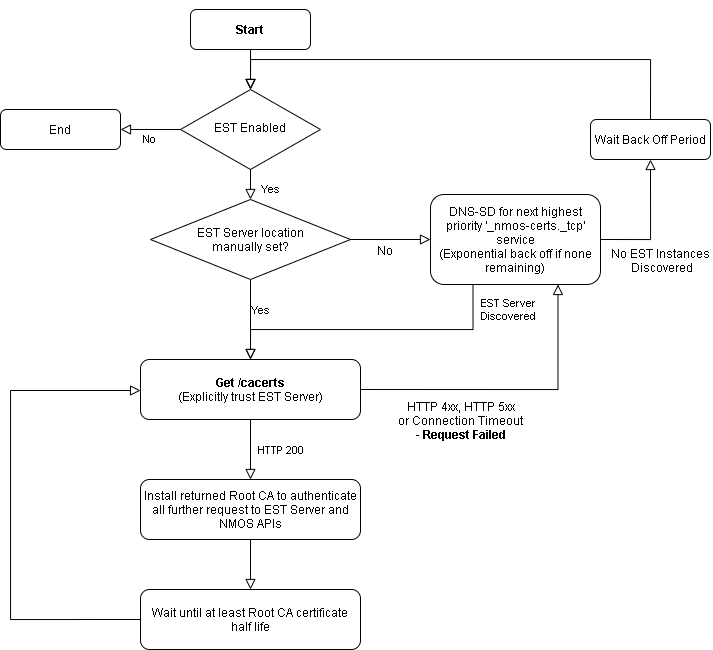
This is docs/images/nmos_client_workflow.png from AMWA-TV/bcp-003-03, a draw.io export, as it was before one commit. Source tidied: cells renumbered, new cells last; positions are measured from the earlier drawing's top-left corner, leaving out a move shared by most shapes.
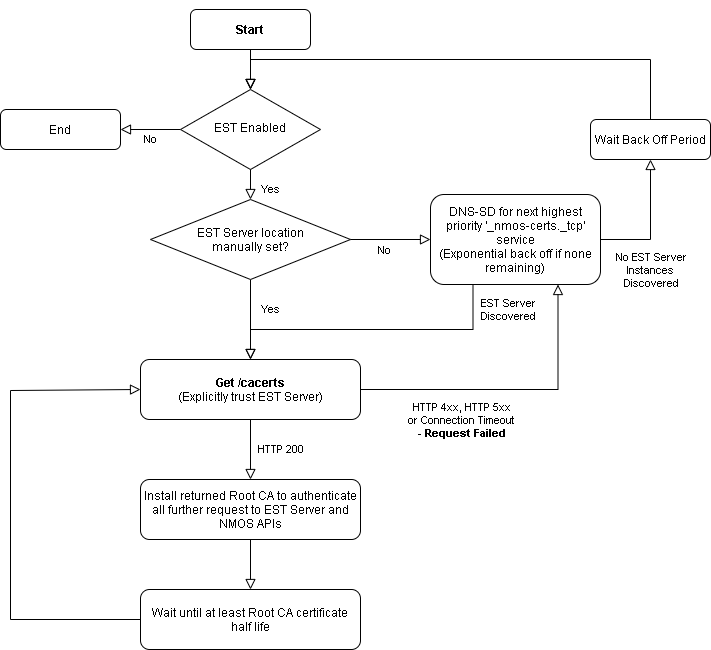
Later version of the same file.

Commit message:
Remove normative language key word from informative diagrams

What changed in the source:
```diff
@@ -21,7 +21,7 @@
       <mxGeometry x="140" y="350" width="220" height="60" as="geometry" />
     </mxCell>
     <mxCell id="8" value="Yes" style="rounded=0;html=1;jettySize=auto;fontSize=11;endArrow=block;endFill=0;endSize=8;strokeWidth=1;shadow=0;labelBackgroundColor=none;edgeStyle=orthogonalEdgeStyle;exitX=0.5;exitY=1;exitDx=0;exitDy=0;" parent="1" edge="1" source="9" target="7">
-      <mxGeometry x="-0.25" y="10" relative="1" as="geometry" />
+      <mxGeometry x="-0.25" y="20" relative="1" as="geometry" />
     </mxCell>
     <mxCell id="9" value="&lt;div&gt;EST Server location&lt;/div&gt;&lt;div&gt;manually set?&lt;/div&gt;" style="rhombus;whiteSpace=wrap;html=1;" parent="1" vertex="1">
       <mxGeometry x="150" y="190" width="200" height="80" as="geometry" />
@@ -37,7 +37,7 @@
     <mxCell id="12" style="rounded=0;html=1;jettySize=auto;fontSize=11;endArrow=block;endFill=0;endSize=8;strokeWidth=1;shadow=0;labelBackgroundColor=none;edgeStyle=orthogonalEdgeStyle;entryX=0;entryY=0.5;entryDx=0;entryDy=0;exitX=1;exitY=0.5;exitDx=0;exitDy=0;" parent="1" edge="1" source="9" target="11">
       <mxGeometry relative="1" as="geometry" />
     </mxCell>
-    <mxCell id="13" value="No" style="text;html=1;align=center;verticalAlign=middle;labelBackgroundColor=#ffffff;" parent="12" vertex="1">
+    <mxCell id="13" value="No" style="text;html=1;align=center;verticalAlign=middle;labelBackgroundColor=none;fontSize=11;" parent="12" vertex="1">
       <mxGeometry x="-0.17" y="-2" relative="1" as="geometry">
         <mxPoint y="8" as="offset" />
       </mxGeometry>
@@ -48,9 +48,9 @@
     <mxCell id="15" style="rounded=0;html=1;jettySize=auto;fontSize=11;endArrow=block;endFill=0;endSize=8;strokeWidth=1;shadow=0;labelBackgroundColor=none;edgeStyle=orthogonalEdgeStyle;entryX=0.5;entryY=1;entryDx=0;entryDy=0;exitX=1;exitY=0.5;exitDx=0;exitDy=0;" parent="1" edge="1" source="11" target="14">
       <mxGeometry relative="1" as="geometry" />
     </mxCell>
-    <mxCell id="16" value="&lt;div&gt;No EST Instances &lt;br&gt;&lt;/div&gt;&lt;div&gt;Discovered&lt;/div&gt;" style="text;html=1;align=center;verticalAlign=middle;labelBackgroundColor=#ffffff;" parent="15" vertex="1">
+    <mxCell id="16" value="&lt;div style=&quot;font-size: 11px;&quot;&gt;No EST Server&lt;br style=&quot;font-size: 11px;&quot;&gt;Instances &lt;br style=&quot;font-size: 11px;&quot;&gt;&lt;/div&gt;&lt;div style=&quot;font-size: 11px;&quot;&gt;Discovered&lt;/div&gt;" style="text;html=1;align=center;verticalAlign=middle;labelBackgroundColor=none;fontSize=11;" parent="15" vertex="1">
       <mxGeometry x="-0.17" y="-2" relative="1" as="geometry">
-        <mxPoint x="8" y="24" as="offset" />
+        <mxPoint x="-2" y="34" as="offset" />
       </mxGeometry>
     </mxCell>
     <mxCell id="17" style="rounded=0;html=1;jettySize=auto;fontSize=11;endArrow=block;endFill=0;endSize=8;strokeWidth=1;shadow=0;labelBackgroundColor=none;edgeStyle=orthogonalEdgeStyle;entryX=0.5;entryY=0;entryDx=0;entryDy=0;exitX=0.5;exitY=0;exitDx=0;exitDy=0;" parent="1" edge="1" source="23" target="5">
@@ -72,7 +72,7 @@
     <mxCell id="19" style="rounded=0;html=1;jettySize=auto;fontSize=11;endArrow=block;endFill=0;endSize=8;strokeWidth=1;shadow=0;labelBackgroundColor=none;edgeStyle=orthogonalEdgeStyle;entryX=0.75;entryY=1;entryDx=0;entryDy=0;exitX=1;exitY=0.5;exitDx=0;exitDy=0;" parent="1" edge="1" source="7" target="11">
       <mxGeometry relative="1" as="geometry" />
     </mxCell>
-    <mxCell id="20" value="&lt;div&gt;HTTP 4xx, HTTP 5xx&lt;/div&gt;&lt;div&gt;or Connection Timeout&lt;/div&gt;&lt;div&gt;- &lt;b&gt;Request Failed&lt;/b&gt;&lt;/div&gt;" style="text;html=1;align=center;verticalAlign=middle;labelBackgroundColor=#ffffff;" parent="19" vertex="1">
+    <mxCell id="20" value="&lt;div style=&quot;font-size: 11px;&quot;&gt;HTTP 4xx, HTTP 5xx&lt;/div&gt;&lt;div style=&quot;font-size: 11px;&quot;&gt;or Connection Timeout&lt;/div&gt;&lt;div style=&quot;font-size: 11px;&quot;&gt;- &lt;b style=&quot;font-size: 11px;&quot;&gt;Request Failed&lt;/b&gt;&lt;/div&gt;" style="text;html=1;align=center;verticalAlign=middle;labelBackgroundColor=none;fontSize=11;" parent="19" vertex="1">
       <mxGeometry x="-0.17" y="-2" relative="1" as="geometry">
         <mxPoint x="-25" y="28" as="offset" />
       </mxGeometry>
```
